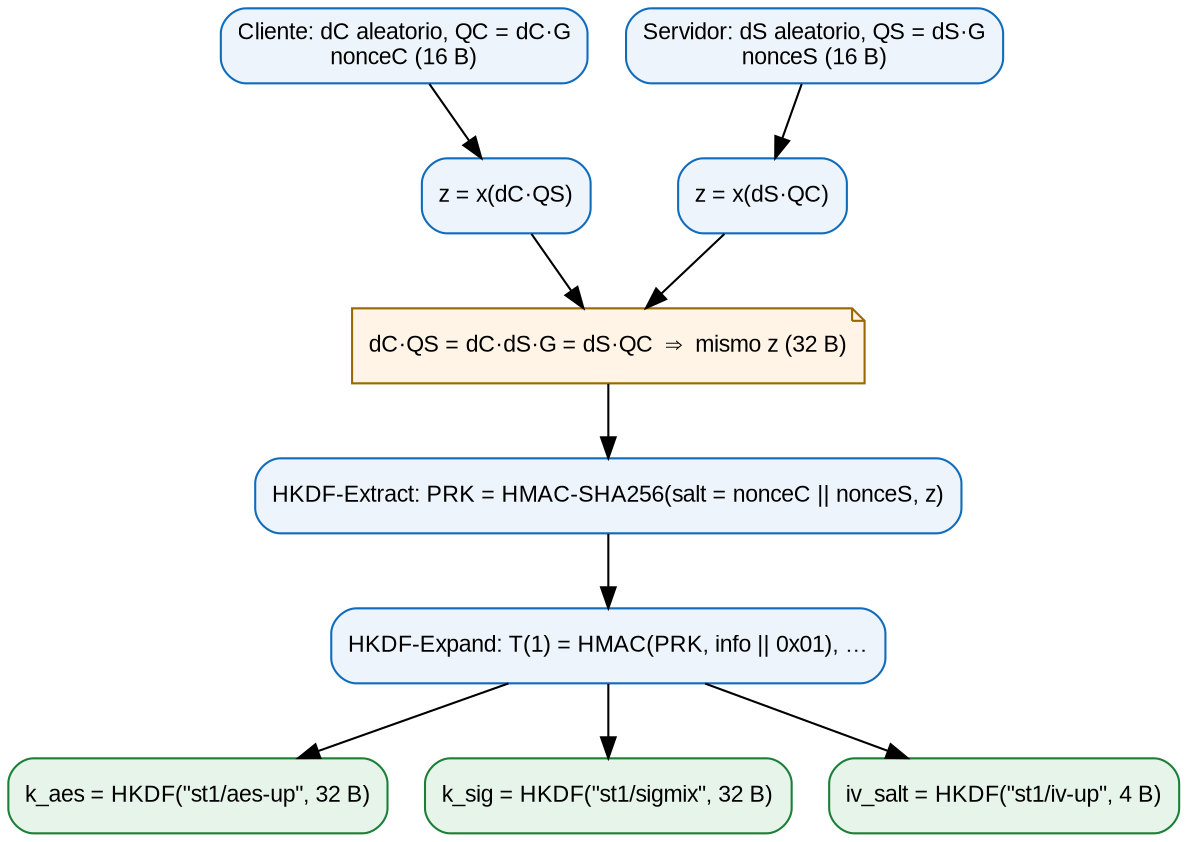
Above: Examen_SignalTrace/docs/diagramas/png/09_ecdh_hkdf.png in yaelrdf/Virologia_Criptografia_UPIICSA (Graphviz), before the change. Its source is kept beside it as Examen_SignalTrace/docs/diagramas/09_ecdh_hkdf.dot. Source of this version:
```dot
digraph G { fontname="Arial"; node [fontname="Arial", fontsize=11]; edge [fontname="Arial", fontsize=10];
  rankdir=TB; node [shape=box, style="rounded,filled", fillcolor="#EEF4FB", color="#0F6CBD"];
  c [label="Cliente: dC aleatorio, QC = dC·G\nnonceC (16 B)"]; s [label="Servidor: dS aleatorio, QS = dS·G\nnonceS (16 B)"];
  zc [label="z = x(dC·QS)"]; zs [label="z = x(dS·QC)"];
  eq [label="dC·QS = dC·dS·G = dS·QC  ⇒  mismo z (32 B)", shape=note, fillcolor="#FFF4E5", color="#9A6700"];
  prk [label="HKDF-Extract: PRK = HMAC-SHA256(salt = nonceC || nonceS, z)"];
  exp [label="HKDF-Expand: T(1) = HMAC(PRK, info || 0x01), …"];
  k1 [label="k_aes = HKDF(\"st1/aes-up\", 32 B)", fillcolor="#E6F4EA", color="#1A7F37"];
  k2 [label="k_sig = HKDF(\"st1/sigmix\", 32 B)", fillcolor="#E6F4EA", color="#1A7F37"];
  k3 [label="iv_salt = HKDF(\"st1/iv-up\", 4 B)", fillcolor="#E6F4EA", color="#1A7F37"];
  c -> zc; s -> zs; zc -> eq; zs -> eq; eq -> prk -> exp -> {k1 k2 k3};
}
```
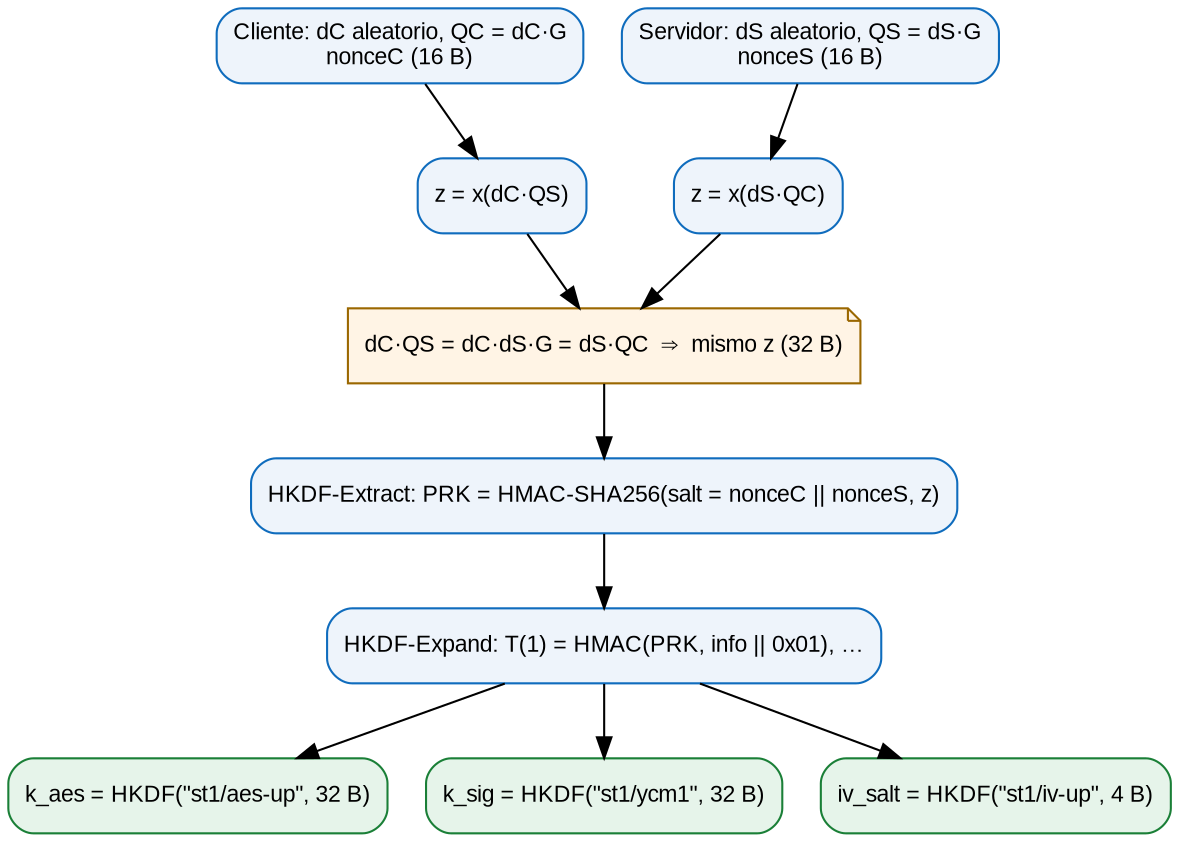
After the change.

The edit, as a diff of the source:
```diff
@@ -6,7 +6,7 @@
   prk [label="HKDF-Extract: PRK = HMAC-SHA256(salt = nonceC || nonceS, z)"];
   exp [label="HKDF-Expand: T(1) = HMAC(PRK, info || 0x01), …"];
   k1 [label="k_aes = HKDF(\"st1/aes-up\", 32 B)", fillcolor="#E6F4EA", color="#1A7F37"];
-  k2 [label="k_sig = HKDF(\"st1/sigmix\", 32 B)", fillcolor="#E6F4EA", color="#1A7F37"];
+  k2 [label="k_sig = HKDF(\"st1/ycm1\", 32 B)", fillcolor="#E6F4EA", color="#1A7F37"];
   k3 [label="iv_salt = HKDF(\"st1/iv-up\", 4 B)", fillcolor="#E6F4EA", color="#1A7F37"];
   c -> zc; s -> zs; zc -> eq; zs -> eq; eq -> prk -> exp -> {k1 k2 k3};
 }
```
